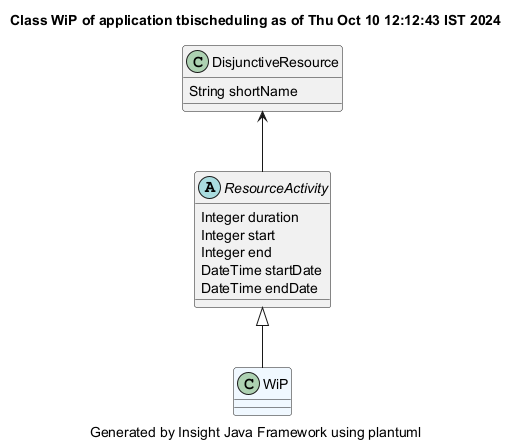
Earlier version of the PlantUML export demonstrator/tbischeduling/site/plantuml/WiP.png (hsimonis/schedulingtraining). The source it was exported from:
```plantuml
@startuml
title Class WiP of application tbischeduling as of Thu Oct 10 12:12:43 IST 2024
caption Generated by Insight Java Framework using plantuml
class WiP #aliceblue

ResourceActivity <|-- WiP
abstract ResourceActivity
ResourceActivity : Integer duration
ResourceActivity : Integer start
ResourceActivity : Integer end
ResourceActivity : DateTime startDate
ResourceActivity : DateTime endDate

DisjunctiveResource  <-- ResourceActivity
class DisjunctiveResource
DisjunctiveResource : String shortName

@enduml
```
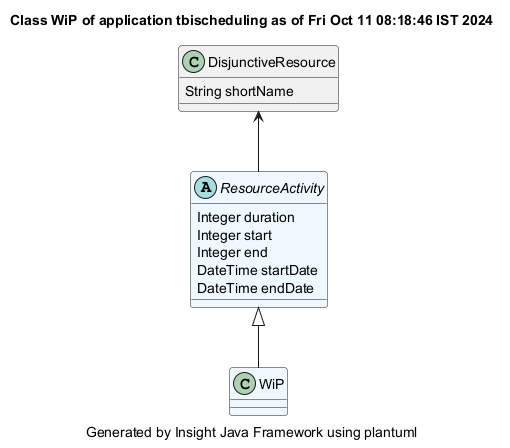
After the change.

Diff of the diagram source:
```diff
@@ -1,10 +1,10 @@
 @startuml
-title Class WiP of application tbischeduling as of Thu Oct 10 12:12:43 IST 2024
+title Class WiP of application tbischeduling as of Fri Oct 11 08:18:46 IST 2024
 caption Generated by Insight Java Framework using plantuml
 class WiP #aliceblue
 
 ResourceActivity <|-- WiP
-abstract ResourceActivity
+abstract ResourceActivity #aliceblue
 ResourceActivity : Integer duration
 ResourceActivity : Integer start
 ResourceActivity : Integer end
```
